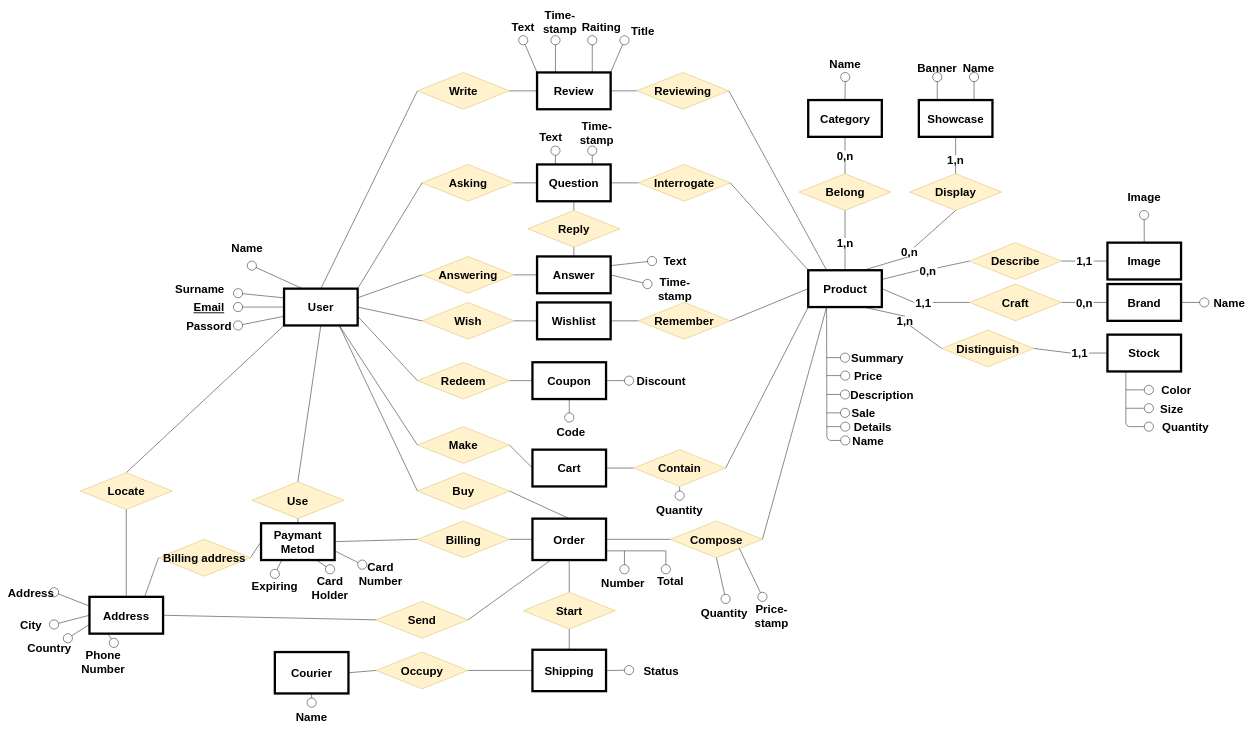
The draw.io diagram Tecnologie del web.drawio in Coccio98/Tecnologie-del-web, before the edit. Source tidied: cells renumbered, new cells numbered last; positions are measured from the earlier drawing's top-left corner, leaving out a move shared by most shapes. Both pictures are drawn from the tidied source at 46%, with x=0, y=0 at pixel (22, 17).
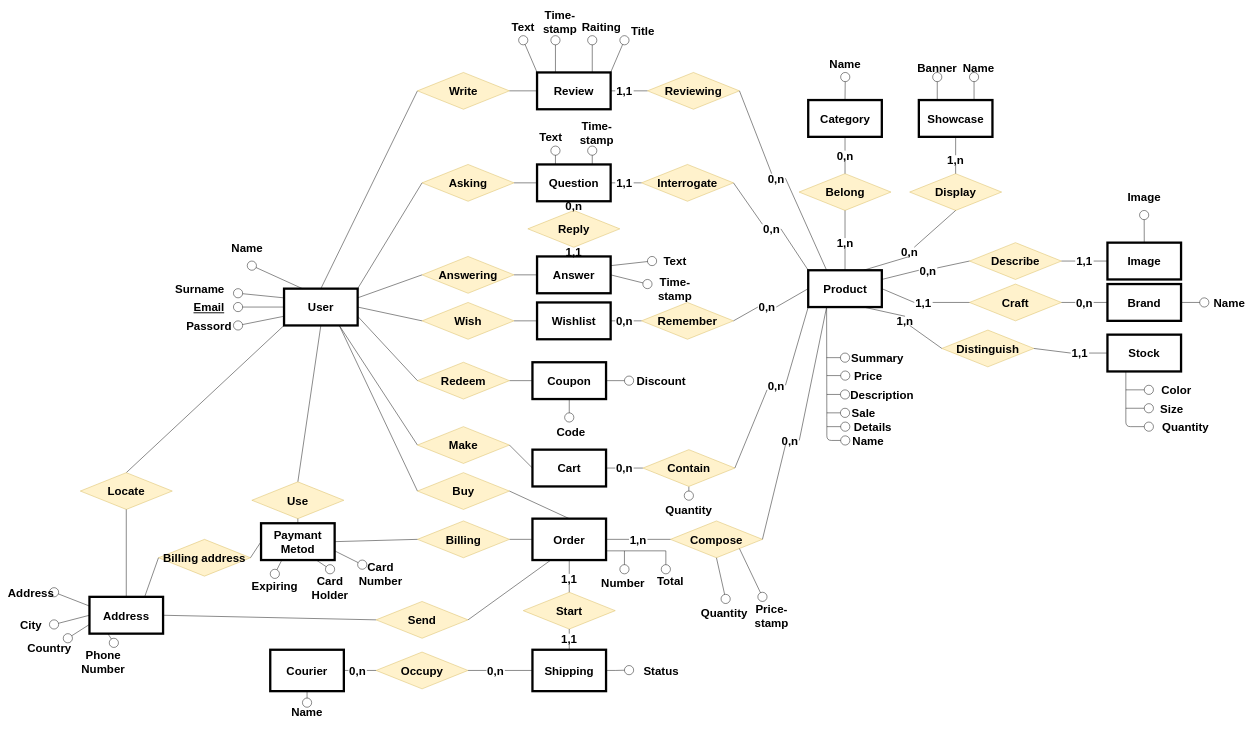
The same page after the edit.

Unchanged cells that the change refers to:
```xml
<mxCell id="3" value="Product" style="rounded=0;whiteSpace=wrap;html=1;fontSize=25;fontStyle=1;strokeWidth=5;" parent="1" vertex="1">
  <mxGeometry x="1709.5" y="550" width="160" height="80" as="geometry" />
</mxCell>
<mxCell id="6" value="Wishlist" style="rounded=0;whiteSpace=wrap;html=1;fontSize=25;fontStyle=1;strokeWidth=5;" parent="1" vertex="1">
  <mxGeometry x="1120" y="620" width="160" height="80" as="geometry" />
</mxCell>
<mxCell id="9" value="Cart" style="rounded=0;whiteSpace=wrap;html=1;fontSize=25;fontStyle=1;strokeWidth=5;" parent="1" vertex="1">
  <mxGeometry x="1110" y="940" width="160" height="80" as="geometry" />
</mxCell>
<mxCell id="17" value="Order" style="rounded=0;whiteSpace=wrap;html=1;fontSize=25;fontStyle=1;strokeWidth=5;" parent="1" vertex="1">
  <mxGeometry x="1110" y="1090" width="160" height="90" as="geometry" />
</mxCell>
<mxCell id="24" value="Review" style="rounded=0;whiteSpace=wrap;html=1;fontSize=25;fontStyle=1;strokeWidth=5;" parent="1" vertex="1">
  <mxGeometry x="1120" y="120" width="160" height="80" as="geometry" />
</mxCell>
<mxCell id="39" value="Shipping" style="rounded=0;whiteSpace=wrap;html=1;fontSize=25;fontStyle=1;strokeWidth=5;" parent="1" vertex="1">
  <mxGeometry x="1110" y="1375" width="160" height="90" as="geometry" />
</mxCell>
<mxCell id="45" value="Question" style="rounded=0;whiteSpace=wrap;html=1;fontSize=25;fontStyle=1;strokeWidth=5;" parent="1" vertex="1">
  <mxGeometry x="1120" y="320" width="160" height="80" as="geometry" />
</mxCell>
<mxCell id="48" value="Answer" style="rounded=0;whiteSpace=wrap;html=1;fontSize=25;fontStyle=1;strokeWidth=5;" parent="1" vertex="1">
  <mxGeometry x="1120" y="520" width="160" height="80" as="geometry" />
</mxCell>
<mxCell id="57" value="Reply" style="rhombus;whiteSpace=wrap;html=1;fontSize=25;fontStyle=1;fillColor=#fff2cc;strokeColor=#d6b656;" parent="1" vertex="1">
  <mxGeometry x="1100" y="420" width="200" height="80" as="geometry" />
</mxCell>
<mxCell id="73" value="Start" style="rhombus;whiteSpace=wrap;html=1;fontSize=25;fontStyle=1;fillColor=#fff2cc;strokeColor=#d6b656;" parent="1" vertex="1">
  <mxGeometry x="1090" y="1250" width="200" height="80" as="geometry" />
</mxCell>
<mxCell id="75" value="Occupy" style="rhombus;whiteSpace=wrap;html=1;fontSize=25;fontStyle=1;fillColor=#fff2cc;strokeColor=#d6b656;" parent="1" vertex="1">
  <mxGeometry x="770" y="1380" width="200" height="80" as="geometry" />
</mxCell>
<mxCell id="77" value="Compose" style="rhombus;whiteSpace=wrap;html=1;fontSize=25;fontStyle=1;fillColor=#fff2cc;strokeColor=#d6b656;" parent="1" vertex="1">
  <mxGeometry x="1410" y="1095" width="200" height="80" as="geometry" />
</mxCell>
```

The edit, as a diff of the source:
```diff
@@
-    <mxCell id="8" style="endArrow=none;html=1;entryX=1;entryY=0.5;entryDx=0;entryDy=0;exitX=0;exitY=0.5;exitDx=0;exitDy=0;fontSize=25;fontStyle=1;" parent="1" edge="1" source="84" target="6">
+    <mxCell id="8" style="endArrow=none;html=1;entryX=1;entryY=0.5;entryDx=0;entryDy=0;exitX=0;exitY=0.5;exitDx=0;exitDy=0;fontSize=25;fontStyle=1;" parent="1" edge="1" source="209" target="6">
       <mxGeometry relative="1" as="geometry" />
     </mxCell>
@@
-    <mxCell id="11" style="endArrow=none;html=1;exitX=1;exitY=0.5;exitDx=0;exitDy=0;entryX=0;entryY=1;entryDx=0;entryDy=0;fontSize=25;fontStyle=1;" parent="1" edge="1" source="82" target="3">
+    <mxCell id="11" style="endArrow=none;html=1;exitX=1;exitY=0.5;exitDx=0;exitDy=0;entryX=0;entryY=1;entryDx=0;entryDy=0;fontSize=25;fontStyle=1;" parent="1" edge="1" source="211" target="3">
       <mxGeometry relative="1" as="geometry" />
     </mxCell>
@@
-    <mxCell id="21" style="endArrow=none;html=1;entryX=0.25;entryY=1;entryDx=0;entryDy=0;exitX=1;exitY=0.5;exitDx=0;exitDy=0;fontSize=25;fontStyle=1;" parent="1" edge="1" source="77" target="3">
+    <mxCell id="21" style="endArrow=none;html=1;entryX=0.25;entryY=1;entryDx=0;entryDy=0;exitX=1;exitY=0.5;exitDx=0;exitDy=0;fontSize=25;fontStyle=1;" parent="1" edge="1" source="215" target="3">
       <mxGeometry relative="1" as="geometry" />
     </mxCell>
@@
-    <mxCell id="25" style="endArrow=none;html=1;entryX=1;entryY=0.5;entryDx=0;entryDy=0;exitX=0;exitY=0.5;exitDx=0;exitDy=0;fontSize=25;fontStyle=1;" parent="1" edge="1" source="88" target="24">
+    <mxCell id="25" style="endArrow=none;html=1;entryX=1;entryY=0.5;entryDx=0;entryDy=0;exitX=0;exitY=0.5;exitDx=0;exitDy=0;fontSize=25;fontStyle=1;" parent="1" edge="1" source="201" target="24">
       <mxGeometry relative="1" as="geometry" />
     </mxCell>
@@
-    <mxCell id="37" style="endArrow=none;html=1;fontSize=25;entryX=0.5;entryY=1;entryDx=0;entryDy=0;exitX=0.5;exitY=0;exitDx=0;exitDy=0;fontStyle=1;" parent="1" edge="1" source="73" target="17">
+    <mxCell id="37" style="endArrow=none;html=1;fontSize=25;entryX=0.5;entryY=1;entryDx=0;entryDy=0;exitX=0.5;exitY=0;exitDx=0;exitDy=0;fontStyle=1;" parent="1" edge="1" source="223" target="17">
       <mxGeometry relative="1" as="geometry" />
     </mxCell>
@@
     <mxCell id="40" value="Courier" style="rounded=0;whiteSpace=wrap;html=1;fontSize=25;fontStyle=1;strokeWidth=5;" parent="1" vertex="1">
-      <mxGeometry x="550" y="1380" width="160" height="90" as="geometry" />
+      <mxGeometry x="540" y="1375" width="160" height="90" as="geometry" />
     </mxCell>
-    <mxCell id="41" style="endArrow=none;html=1;fontSize=25;entryX=0;entryY=0.5;entryDx=0;entryDy=0;exitX=1;exitY=0.5;exitDx=0;exitDy=0;fontStyle=1;" parent="1" edge="1" source="75" target="39">
+    <mxCell id="41" style="endArrow=none;html=1;fontSize=25;entryX=0;entryY=0.5;entryDx=0;entryDy=0;exitX=1;exitY=0.5;exitDx=0;exitDy=0;fontStyle=1;" parent="1" edge="1" source="229" target="39">
       <mxGeometry relative="1" as="geometry" />
     </mxCell>
     <mxCell id="42" value="Name" style="text;html=1;strokeColor=none;fillColor=none;align=center;verticalAlign=middle;whiteSpace=wrap;rounded=0;fontSize=25;fontStyle=1;" parent="1" vertex="1">
-      <mxGeometry x="610" y="1510" width="40" height="20" as="geometry" />
+      <mxGeometry x="600" y="1500" width="40" height="20" as="geometry" />
     </mxCell>
@@
-    <mxCell id="46" style="endArrow=none;html=1;fontSize=25;entryX=1;entryY=0.5;entryDx=0;entryDy=0;exitX=0;exitY=0.5;exitDx=0;exitDy=0;fontStyle=1;" parent="1" edge="1" source="86" target="45">
+    <mxCell id="46" style="endArrow=none;html=1;fontSize=25;entryX=1;entryY=0.5;entryDx=0;entryDy=0;exitX=0;exitY=0.5;exitDx=0;exitDy=0;fontStyle=1;" parent="1" edge="1" source="205" target="45">
       <mxGeometry relative="1" as="geometry" />
     </mxCell>
@@
-    <mxCell id="49" style="endArrow=none;html=1;fontSize=25;entryX=0.5;entryY=1;entryDx=0;entryDy=0;exitX=0.5;exitY=0;exitDx=0;exitDy=0;fontStyle=1;" parent="1" edge="1" source="57" target="45">
+    <mxCell id="49" style="endArrow=none;html=1;fontSize=25;entryX=0.5;entryY=1;entryDx=0;entryDy=0;exitX=0.5;exitY=0;exitDx=0;exitDy=0;fontStyle=1;" parent="1" edge="1" source="219" target="45">
       <mxGeometry relative="1" as="geometry" />
     </mxCell>
@@
-    <mxCell id="58" style="endArrow=none;html=1;fontSize=25;entryX=0.5;entryY=1;entryDx=0;entryDy=0;exitX=0.5;exitY=0;exitDx=0;exitDy=0;fontStyle=1;" parent="1" edge="1" source="48" target="57">
+    <mxCell id="58" style="endArrow=none;html=1;fontSize=25;entryX=0.5;entryY=1;entryDx=0;entryDy=0;exitX=0.5;exitY=0;exitDx=0;exitDy=0;fontStyle=1;" parent="1" edge="1" source="221" target="57">
       <mxGeometry relative="1" as="geometry" />
     </mxCell>
@@
-    <mxCell id="74" style="endArrow=none;html=1;fontSize=25;entryX=0.5;entryY=1;entryDx=0;entryDy=0;exitX=0.5;exitY=0;exitDx=0;exitDy=0;fontStyle=1;" parent="1" edge="1" source="39" target="73">
+    <mxCell id="74" style="endArrow=none;html=1;fontSize=25;entryX=0.5;entryY=1;entryDx=0;entryDy=0;exitX=0.5;exitY=0;exitDx=0;exitDy=0;fontStyle=1;" parent="1" edge="1" source="225" target="73">
       <mxGeometry relative="1" as="geometry" />
     </mxCell>
@@
-    <mxCell id="76" style="endArrow=none;html=1;fontSize=25;entryX=0;entryY=0.5;entryDx=0;entryDy=0;exitX=1;exitY=0.5;exitDx=0;exitDy=0;fontStyle=1;" parent="1" edge="1" source="40" target="75">
+    <mxCell id="76" style="endArrow=none;html=1;fontSize=25;entryX=0;entryY=0.5;entryDx=0;entryDy=0;exitX=1;exitY=0.5;exitDx=0;exitDy=0;fontStyle=1;" parent="1" edge="1" source="227" target="75">
       <mxGeometry relative="1" as="geometry" />
     </mxCell>
@@
-    <mxCell id="78" style="endArrow=none;html=1;entryX=0;entryY=0.5;entryDx=0;entryDy=0;exitX=1;exitY=0.5;exitDx=0;exitDy=0;fontSize=25;fontStyle=1;" parent="1" edge="1" source="17" target="77">
+    <mxCell id="78" style="endArrow=none;html=1;entryX=0;entryY=0.5;entryDx=0;entryDy=0;exitX=1;exitY=0.5;exitDx=0;exitDy=0;fontSize=25;fontStyle=1;" parent="1" edge="1" source="217" target="77">
       <mxGeometry relative="1" as="geometry" />
     </mxCell>
@@
     <mxCell id="80" value="Quantity" style="text;html=1;strokeColor=none;fillColor=none;align=center;verticalAlign=middle;whiteSpace=wrap;rounded=0;fontSize=25;fontStyle=1;" parent="1" vertex="1">
-      <mxGeometry x="1410" y="1060" width="40" height="20" as="geometry" />
+      <mxGeometry x="1430" y="1060" width="40" height="20" as="geometry" />
     </mxCell>
     <mxCell id="81" style="endArrow=none;html=1;fontSize=25;entryX=0.5;entryY=1;entryDx=0;entryDy=0;exitX=0.5;exitY=0;exitDx=0;exitDy=0;startArrow=oval;startFill=0;startSize=20;fontStyle=1;" parent="1" edge="1" target="82">
       <mxGeometry relative="1" as="geometry">
-        <mxPoint x="1430" y="1040" as="sourcePoint" />
+        <mxPoint x="1450" y="1040" as="sourcePoint" />
       </mxGeometry>
     </mxCell>
     <mxCell id="82" value="Contain" style="rhombus;whiteSpace=wrap;html=1;fontSize=25;fontStyle=1;fillColor=#fff2cc;strokeColor=#d6b656;" parent="1" vertex="1">
-      <mxGeometry x="1330" y="940" width="200" height="80" as="geometry" />
+      <mxGeometry x="1350" y="940" width="200" height="80" as="geometry" />
     </mxCell>
-    <mxCell id="83" style="endArrow=none;html=1;exitX=1;exitY=0.5;exitDx=0;exitDy=0;entryX=0;entryY=0.5;entryDx=0;entryDy=0;fontSize=25;fontStyle=1;" parent="1" edge="1" source="9" target="82">
+    <mxCell id="83" style="endArrow=none;html=1;exitX=1;exitY=0.5;exitDx=0;exitDy=0;entryX=0;entryY=0.5;entryDx=0;entryDy=0;fontSize=25;fontStyle=1;" parent="1" edge="1" source="213" target="82">
       <mxGeometry relative="1" as="geometry" />
     </mxCell>
     <mxCell id="84" value="Remember" style="rhombus;whiteSpace=wrap;html=1;fontSize=25;fontStyle=1;fillColor=#fff2cc;strokeColor=#d6b656;" parent="1" vertex="1">
-      <mxGeometry x="1340" y="620" width="200" height="80" as="geometry" />
+      <mxGeometry x="1347" y="620" width="200" height="80" as="geometry" />
     </mxCell>
-    <mxCell id="85" style="endArrow=none;html=1;entryX=1;entryY=0.5;entryDx=0;entryDy=0;exitX=0;exitY=0.5;exitDx=0;exitDy=0;fontSize=25;fontStyle=1;" parent="1" edge="1" source="3" target="84">
+    <mxCell id="85" style="endArrow=none;html=1;entryX=1;entryY=0.5;entryDx=0;entryDy=0;exitX=0;exitY=0.5;exitDx=0;exitDy=0;fontSize=25;fontStyle=1;" parent="1" edge="1" source="207" target="84">
       <mxGeometry relative="1" as="geometry" />
     </mxCell>
     <mxCell id="86" value="Interrogate" style="rhombus;whiteSpace=wrap;html=1;fontSize=25;fontStyle=1;fillColor=#fff2cc;strokeColor=#d6b656;" parent="1" vertex="1">
-      <mxGeometry x="1340" y="320" width="200" height="80" as="geometry" />
+      <mxGeometry x="1347" y="320" width="200" height="80" as="geometry" />
     </mxCell>
-    <mxCell id="87" style="endArrow=none;html=1;fontSize=25;entryX=1;entryY=0.5;entryDx=0;entryDy=0;exitX=0;exitY=0;exitDx=0;exitDy=0;fontStyle=1;" parent="1" edge="1" source="3" target="86">
+    <mxCell id="87" style="endArrow=none;html=1;fontSize=25;entryX=1;entryY=0.5;entryDx=0;entryDy=0;exitX=0;exitY=0;exitDx=0;exitDy=0;fontStyle=1;" parent="1" edge="1" source="203" target="86">
       <mxGeometry relative="1" as="geometry" />
     </mxCell>
     <mxCell id="88" value="Reviewing" style="rhombus;whiteSpace=wrap;html=1;fontSize=25;fontStyle=1;fillColor=#fff2cc;strokeColor=#d6b656;" parent="1" vertex="1">
-      <mxGeometry x="1337" y="120" width="200" height="80" as="geometry" />
+      <mxGeometry x="1360" y="120" width="200" height="80" as="geometry" />
     </mxCell>
-    <mxCell id="89" style="endArrow=none;html=1;entryX=1;entryY=0.5;entryDx=0;entryDy=0;exitX=0.25;exitY=0;exitDx=0;exitDy=0;fontSize=25;fontStyle=1;" parent="1" edge="1" source="3" target="88">
+    <mxCell id="89" style="endArrow=none;html=1;entryX=1;entryY=0.5;entryDx=0;entryDy=0;exitX=0.25;exitY=0;exitDx=0;exitDy=0;fontSize=25;fontStyle=1;" parent="1" edge="1" source="199" target="88">
       <mxGeometry relative="1" as="geometry" />
     </mxCell>
     <mxCell id="90" style="endArrow=oval;html=1;fontSize=25;exitX=0.5;exitY=1;exitDx=0;exitDy=0;startSize=6;startArrow=none;startFill=0;endSize=20;endFill=0;fontStyle=1;" parent="1" edge="1" source="40">
       <mxGeometry relative="1" as="geometry">
-        <mxPoint x="630" y="1490" as="targetPoint" />
+        <mxPoint x="620" y="1490" as="targetPoint" />
       </mxGeometry>
     </mxCell>
@@
+    <mxCell id="199" value="0,n" style="text;html=1;strokeColor=none;fillColor=none;align=center;verticalAlign=middle;whiteSpace=wrap;rounded=0;fontSize=25;fontStyle=1;" parent="1" vertex="1">
+      <mxGeometry x="1620" y="340" width="40" height="20" as="geometry" />
+    </mxCell>
+    <mxCell id="200" style="endArrow=none;html=1;entryX=1;entryY=0.5;entryDx=0;entryDy=0;exitX=0.25;exitY=0;exitDx=0;exitDy=0;fontSize=25;fontStyle=1;" parent="1" edge="1" source="3" target="199">
+      <mxGeometry relative="1" as="geometry" />
+    </mxCell>
+    <mxCell id="201" value="1,1" style="text;html=1;strokeColor=none;fillColor=none;align=center;verticalAlign=middle;whiteSpace=wrap;rounded=0;fontSize=25;fontStyle=1;" parent="1" vertex="1">
+      <mxGeometry x="1290" y="150" width="40" height="20" as="geometry" />
+    </mxCell>
+    <mxCell id="202" style="endArrow=none;html=1;entryX=1;entryY=0.5;entryDx=0;entryDy=0;exitX=0;exitY=0.5;exitDx=0;exitDy=0;fontSize=25;fontStyle=1;" parent="1" edge="1" source="88" target="201">
+      <mxGeometry relative="1" as="geometry" />
+    </mxCell>
+    <mxCell id="203" value="0,n" style="text;html=1;strokeColor=none;fillColor=none;align=center;verticalAlign=middle;whiteSpace=wrap;rounded=0;fontSize=25;fontStyle=1;" parent="1" vertex="1">
+      <mxGeometry x="1610" y="450" width="40" height="20" as="geometry" />
+    </mxCell>
+    <mxCell id="204" style="endArrow=none;html=1;fontSize=25;entryX=1;entryY=0.5;entryDx=0;entryDy=0;exitX=0;exitY=0;exitDx=0;exitDy=0;fontStyle=1;" parent="1" edge="1" source="3" target="203">
+      <mxGeometry relative="1" as="geometry" />
+    </mxCell>
+    <mxCell id="205" value="1,1" style="text;html=1;strokeColor=none;fillColor=none;align=center;verticalAlign=middle;whiteSpace=wrap;rounded=0;fontSize=25;fontStyle=1;" parent="1" vertex="1">
+      <mxGeometry x="1290" y="350" width="40" height="20" as="geometry" />
+    </mxCell>
+    <mxCell id="206" style="endArrow=none;html=1;fontSize=25;entryX=1;entryY=0.5;entryDx=0;entryDy=0;exitX=0;exitY=0.5;exitDx=0;exitDy=0;fontStyle=1;" parent="1" edge="1" source="86" target="205">
+      <mxGeometry relative="1" as="geometry" />
+    </mxCell>
+    <mxCell id="207" value="0,n" style="text;html=1;strokeColor=none;fillColor=none;align=center;verticalAlign=middle;whiteSpace=wrap;rounded=0;fontSize=25;fontStyle=1;" parent="1" vertex="1">
+      <mxGeometry x="1600" y="620" width="40" height="20" as="geometry" />
+    </mxCell>
+    <mxCell id="208" style="endArrow=none;html=1;entryX=1;entryY=0.5;entryDx=0;entryDy=0;exitX=0;exitY=0.5;exitDx=0;exitDy=0;fontSize=25;fontStyle=1;" parent="1" edge="1" source="3" target="207">
+      <mxGeometry relative="1" as="geometry" />
+    </mxCell>
+    <mxCell id="209" value="0,n" style="text;html=1;strokeColor=none;fillColor=none;align=center;verticalAlign=middle;whiteSpace=wrap;rounded=0;fontSize=25;fontStyle=1;" parent="1" vertex="1">
+      <mxGeometry x="1290" y="650" width="40" height="20" as="geometry" />
+    </mxCell>
+    <mxCell id="210" style="endArrow=none;html=1;entryX=1;entryY=0.5;entryDx=0;entryDy=0;exitX=0;exitY=0.5;exitDx=0;exitDy=0;fontSize=25;fontStyle=1;" parent="1" edge="1" source="84" target="209">
+      <mxGeometry relative="1" as="geometry" />
+    </mxCell>
+    <mxCell id="211" value="0,n" style="text;html=1;strokeColor=none;fillColor=none;align=center;verticalAlign=middle;whiteSpace=wrap;rounded=0;fontSize=25;fontStyle=1;" parent="1" vertex="1">
+      <mxGeometry x="1620" y="790" width="40" height="20" as="geometry" />
+    </mxCell>
+    <mxCell id="212" style="endArrow=none;html=1;exitX=1;exitY=0.5;exitDx=0;exitDy=0;entryX=0;entryY=1;entryDx=0;entryDy=0;fontSize=25;fontStyle=1;" parent="1" edge="1" source="82" target="211">
+      <mxGeometry relative="1" as="geometry" />
+    </mxCell>
+    <mxCell id="213" value="0,n" style="text;html=1;strokeColor=none;fillColor=none;align=center;verticalAlign=middle;whiteSpace=wrap;rounded=0;fontSize=25;fontStyle=1;" parent="1" vertex="1">
+      <mxGeometry x="1290" y="970" width="40" height="20" as="geometry" />
+    </mxCell>
+    <mxCell id="214" style="endArrow=none;html=1;exitX=1;exitY=0.5;exitDx=0;exitDy=0;entryX=0;entryY=0.5;entryDx=0;entryDy=0;fontSize=25;fontStyle=1;" parent="1" edge="1" source="9" target="213">
+      <mxGeometry relative="1" as="geometry" />
+    </mxCell>
+    <mxCell id="215" value="0,n" style="text;html=1;strokeColor=none;fillColor=none;align=center;verticalAlign=middle;whiteSpace=wrap;rounded=0;fontSize=25;fontStyle=1;" parent="1" vertex="1">
+      <mxGeometry x="1650" y="910" width="40" height="20" as="geometry" />
+    </mxCell>
+    <mxCell id="216" style="endArrow=none;html=1;entryX=0.25;entryY=1;entryDx=0;entryDy=0;exitX=1;exitY=0.5;exitDx=0;exitDy=0;fontSize=25;fontStyle=1;" parent="1" edge="1" source="77" target="215">
+      <mxGeometry relative="1" as="geometry" />
+    </mxCell>
+    <mxCell id="217" value="1,n" style="text;html=1;strokeColor=none;fillColor=none;align=center;verticalAlign=middle;whiteSpace=wrap;rounded=0;fontSize=25;fontStyle=1;" parent="1" vertex="1">
+      <mxGeometry x="1320" y="1125" width="40" height="20" as="geometry" />
+    </mxCell>
+    <mxCell id="218" style="endArrow=none;html=1;entryX=0;entryY=0.5;entryDx=0;entryDy=0;exitX=1;exitY=0.5;exitDx=0;exitDy=0;fontSize=25;fontStyle=1;" parent="1" edge="1" source="17" target="217">
+      <mxGeometry relative="1" as="geometry" />
+    </mxCell>
+    <mxCell id="219" value="0,n" style="text;html=1;strokeColor=none;fillColor=none;align=center;verticalAlign=middle;whiteSpace=wrap;rounded=0;fontSize=25;fontStyle=1;" parent="1" vertex="1">
+      <mxGeometry x="1180" y="400" width="40" height="20" as="geometry" />
+    </mxCell>
+    <mxCell id="220" style="endArrow=none;html=1;fontSize=25;entryX=0.5;entryY=1;entryDx=0;entryDy=0;exitX=0.5;exitY=0;exitDx=0;exitDy=0;fontStyle=1;" parent="1" edge="1" source="57" target="219">
+      <mxGeometry relative="1" as="geometry" />
+    </mxCell>
+    <mxCell id="221" value="1,1" style="text;html=1;strokeColor=none;fillColor=none;align=center;verticalAlign=middle;whiteSpace=wrap;rounded=0;fontSize=25;fontStyle=1;" parent="1" vertex="1">
+      <mxGeometry x="1180" y="500" width="40" height="20" as="geometry" />
+    </mxCell>
+    <mxCell id="222" style="endArrow=none;html=1;fontSize=25;entryX=0.5;entryY=1;entryDx=0;entryDy=0;exitX=0.5;exitY=0;exitDx=0;exitDy=0;fontStyle=1;" parent="1" edge="1" source="48" target="221">
+      <mxGeometry relative="1" as="geometry" />
+    </mxCell>
+    <mxCell id="223" value="1,1" style="text;html=1;strokeColor=none;fillColor=none;align=center;verticalAlign=middle;whiteSpace=wrap;rounded=0;fontSize=25;fontStyle=1;" parent="1" vertex="1">
+      <mxGeometry x="1170" y="1210" width="40" height="20" as="geometry" />
+    </mxCell>
+    <mxCell id="224" style="endArrow=none;html=1;fontSize=25;entryX=0.5;entryY=1;entryDx=0;entryDy=0;exitX=0.5;exitY=0;exitDx=0;exitDy=0;fontStyle=1;" parent="1" edge="1" source="73" target="223">
+      <mxGeometry relative="1" as="geometry" />
+    </mxCell>
+    <mxCell id="225" value="1,1" style="text;html=1;strokeColor=none;fillColor=none;align=center;verticalAlign=middle;whiteSpace=wrap;rounded=0;fontSize=25;fontStyle=1;" parent="1" vertex="1">
+      <mxGeometry x="1170" y="1340" width="40" height="20" as="geometry" />
+    </mxCell>
+    <mxCell id="226" style="endArrow=none;html=1;fontSize=25;entryX=0.5;entryY=1;entryDx=0;entryDy=0;exitX=0.5;exitY=0;exitDx=0;exitDy=0;fontStyle=1;" parent="1" edge="1" source="39" target="225">
+      <mxGeometry relative="1" as="geometry" />
+    </mxCell>
+    <mxCell id="227" value="0,n" style="text;html=1;strokeColor=none;fillColor=none;align=center;verticalAlign=middle;whiteSpace=wrap;rounded=0;fontSize=25;fontStyle=1;" parent="1" vertex="1">
+      <mxGeometry x="710" y="1410" width="40" height="20" as="geometry" />
+    </mxCell>
+    <mxCell id="228" style="endArrow=none;html=1;fontSize=25;entryX=0;entryY=0.5;entryDx=0;entryDy=0;exitX=1;exitY=0.5;exitDx=0;exitDy=0;fontStyle=1;" parent="1" edge="1" source="40" target="227">
+      <mxGeometry relative="1" as="geometry" />
+    </mxCell>
+    <mxCell id="229" value="0,n" style="text;html=1;strokeColor=none;fillColor=none;align=center;verticalAlign=middle;whiteSpace=wrap;rounded=0;fontSize=25;fontStyle=1;" parent="1" vertex="1">
+      <mxGeometry x="1010" y="1410" width="40" height="20" as="geometry" />
+    </mxCell>
+    <mxCell id="230" style="endArrow=none;html=1;fontSize=25;entryX=0;entryY=0.5;entryDx=0;entryDy=0;exitX=1;exitY=0.5;exitDx=0;exitDy=0;fontStyle=1;" parent="1" edge="1" source="75" target="229">
+      <mxGeometry relative="1" as="geometry" />
+    </mxCell>
```
